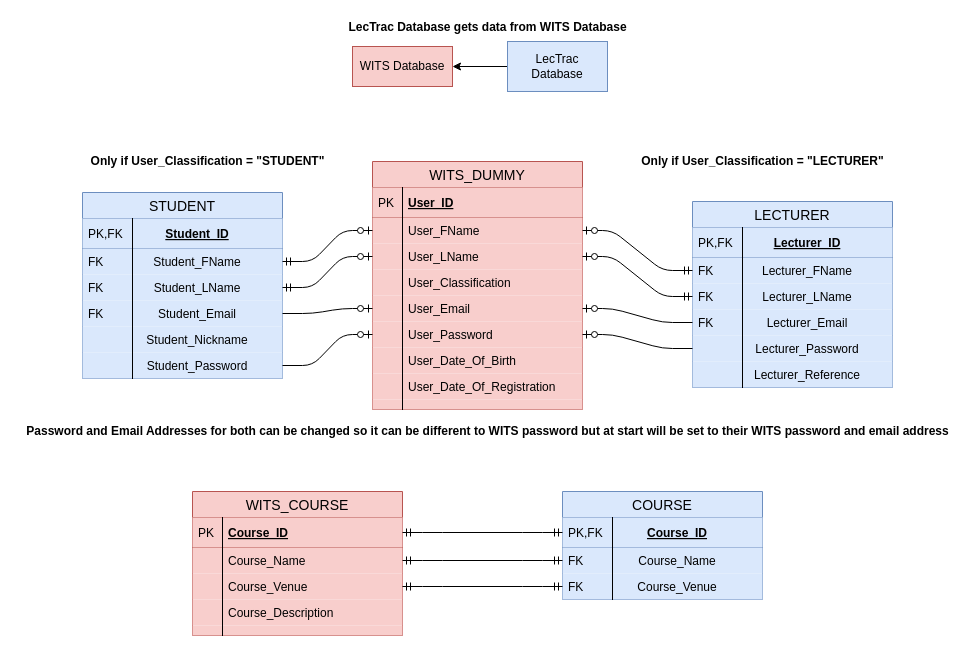
Above: Other/ERDS/IntialDatabaseRelationship.drawio in Arneev/LecTrac (draw.io), before the change. Source tidied: cells renumbered, new cells numbered last; positions are measured from the earlier drawing's top-left corner, leaving out a move shared by most shapes. Both pictures are drawn from the tidied source at 100%, with x=0, y=0 at pixel (17, 17).
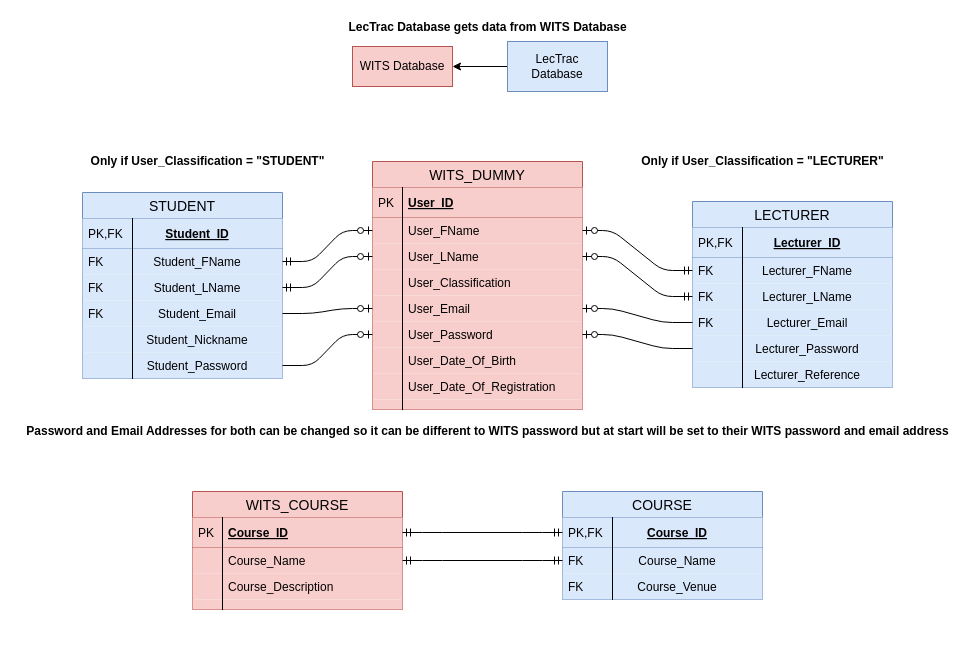
The same page after the edit.

Commit message (it also covers changes not shown here):
SQLiteDatabse (Local Database)

The change refers to these unchanged cells:
```xml
<mxCell id="66" value="Course_Venue" style="shape=partialRectangle;top=0;left=0;right=0;bottom=0;align=center;verticalAlign=top;fillColor=#dae8fc;spacingLeft=34;spacingRight=4;overflow=hidden;points=[[0,0.5],[1,0.5]];portConstraint=eastwest;fontSize=12;strokeColor=#6c8ebf;" parent="61" vertex="1">
  <mxGeometry y="82" width="200" height="26" as="geometry" />
</mxCell>
```

Change to the diagram source:
```diff
@@
     <mxCell id="5" value="WITS_COURSE" style="swimlane;fontStyle=0;horizontal=1;startSize=26;align=center;fontSize=14;fillColor=#f8cecc;strokeColor=#b85450;" parent="1" vertex="1">
-      <mxGeometry x="175" y="474" width="210" height="144" as="geometry" />
+      <mxGeometry x="175" y="474" width="210" height="118" as="geometry" />
     </mxCell>
@@
-    <mxCell id="10" value="Course_Venue" style="shape=partialRectangle;top=0;left=0;right=0;bottom=0;align=left;verticalAlign=top;fillColor=#f8cecc;spacingLeft=34;spacingRight=4;overflow=hidden;points=[[0,0.5],[1,0.5]];portConstraint=eastwest;fontSize=12;strokeColor=#b85450;" parent="5" vertex="1">
-      <mxGeometry y="82" width="210" height="26" as="geometry" />
-    </mxCell>
-    <mxCell id="11" style="shape=partialRectangle;top=0;left=0;bottom=0;fillColor=none;align=left;verticalAlign=top;spacingLeft=4;spacingRight=4;overflow=hidden;fontSize=12;" parent="10" vertex="1">
-      <mxGeometry width="30" height="26" as="geometry" />
-    </mxCell>
     <mxCell id="12" value="Course_Description" style="shape=partialRectangle;top=0;left=0;right=0;bottom=0;align=left;verticalAlign=top;fillColor=#f8cecc;spacingLeft=34;spacingRight=4;overflow=hidden;fontSize=12;strokeColor=#b85450;" parent="5" vertex="1">
-      <mxGeometry y="108" width="210" height="26" as="geometry" />
+      <mxGeometry y="82" width="210" height="26" as="geometry" />
     </mxCell>
@@
     <mxCell id="14" style="shape=partialRectangle;top=0;left=0;right=0;bottom=0;align=left;verticalAlign=top;fillColor=#f8cecc;spacingLeft=34;spacingRight=4;overflow=hidden;fontSize=12;strokeColor=#b85450;" parent="5" vertex="1">
-      <mxGeometry y="134" width="210" height="10" as="geometry" />
+      <mxGeometry y="108" width="210" height="10" as="geometry" />
     </mxCell>
@@
-    <mxCell id="70" style="edgeStyle=entityRelationEdgeStyle;fontSize=12;html=1;endArrow=ERmandOne;startArrow=ERmandOne;" parent="1" edge="1" source="10" target="66">
-      <mxGeometry relative="1" as="geometry" />
-    </mxCell>
```
